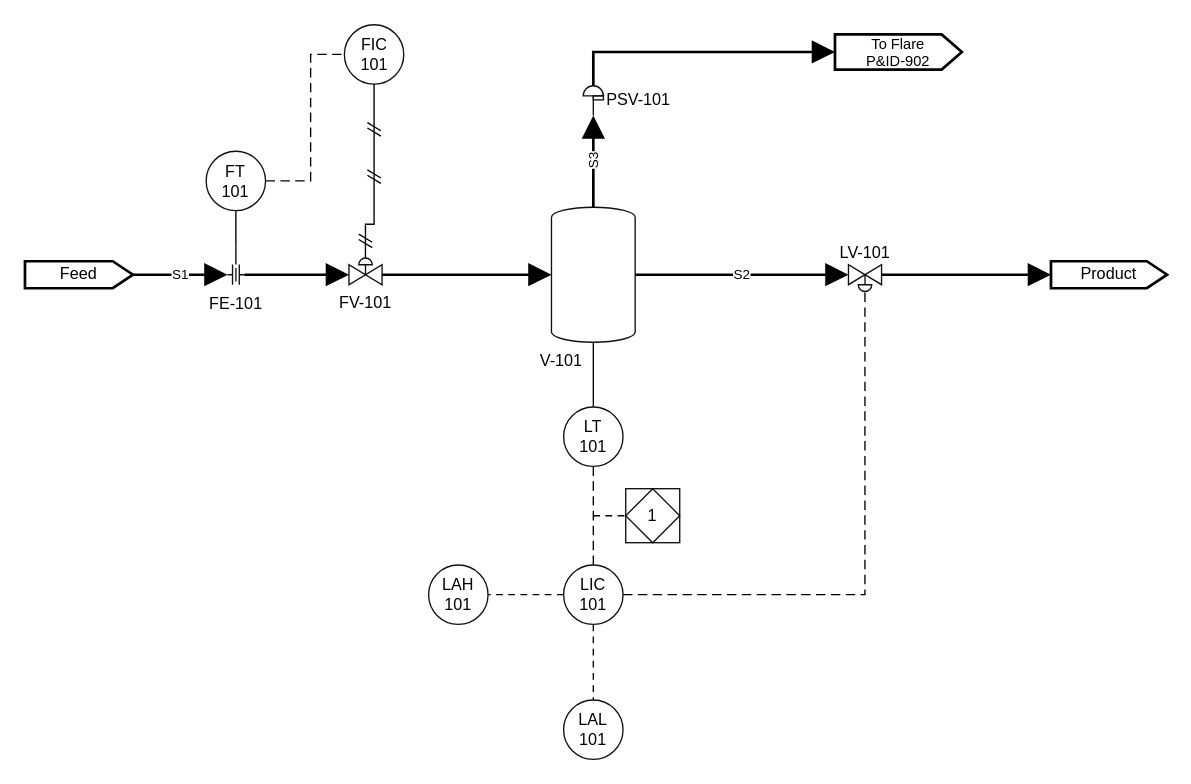
Alpha9463/pandid keeps this draw.io diagram as drawio-samples/04_control_loop.drawio. Above is the earlier version. Source tidied: cells renumbered, new cells numbered last; positions are measured from the earlier drawing's top-left corner, leaving out a move shared by most shapes. Both pictures are drawn from the tidied source at 135%, with x=0, y=0 at pixel (24, 24).
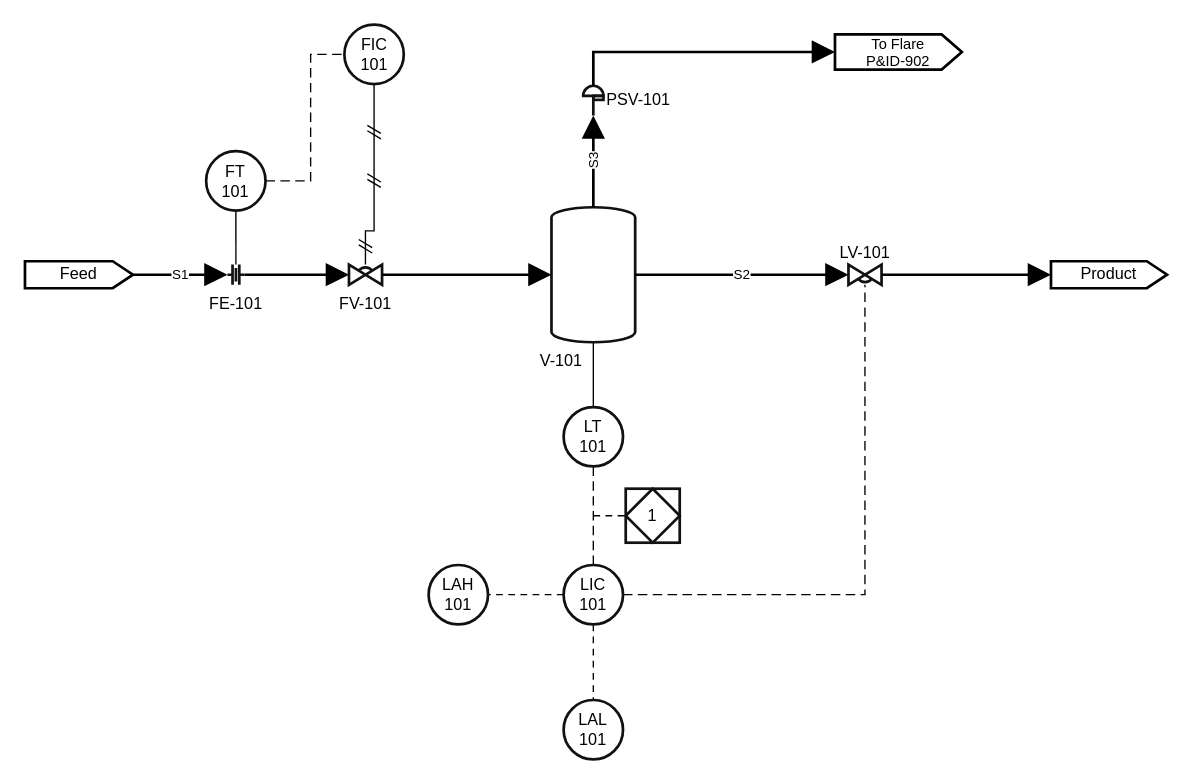
The same page after the edit.

Unchanged cells that the change refers to:
```xml
<mxCell id="7" value="Product" style="html=1;shape=offPageConnector;size=0.174419;direction=north;anchorPointDirection=0;legacyAnchorPoints=1;rounded=0;whiteSpace=wrap;strokeColor=#000000;fillColor=none;strokeWidth=2;verticalLabelPosition=middle;verticalAlign=middle;align=center;fontSize=12;" parent="1" vertex="1">
  <mxGeometry x="760" y="175" width="86" height="20" as="geometry" />
</mxCell>
```

The edit, as a diff of the source:
```diff
@@
-    <mxCell id="3" value="FV-101" style="html=1;shape=mxgraph.pid.valves.pneumatic_operated;outlineConnect=0;strokeColor=#111;fillColor=none;verticalLabelPosition=bottom;verticalAlign=top;align=center;fontSize=12;" parent="1" vertex="1">
-      <mxGeometry x="240" y="172.6" width="24.5" height="19.8" as="geometry" />
+    <mxCell id="3" value="FV-101" style="html=1;shape=mxgraph.pid.valves.diaphragm;outlineConnect=0;strokeColor=#111;fillColor=none;strokeWidth=2;verticalLabelPosition=bottom;verticalAlign=top;align=center;fontSize=12;" parent="1" vertex="1">
+      <mxGeometry x="240" y="177.5" width="24.5" height="15" as="geometry" />
     </mxCell>
-    <mxCell id="4" value="V-101" style="html=1;shape=mxgraph.pid.vessels.pressurized_vessel;outlineConnect=0;strokeColor=#111;fillColor=none;verticalLabelPosition=bottom;verticalAlign=top;align=center;fontSize=12;" parent="1" vertex="1">
+    <mxCell id="4" value="V-101" style="html=1;shape=mxgraph.pid.vessels.pressurized_vessel;outlineConnect=0;strokeColor=#111;fillColor=none;strokeWidth=2;verticalLabelPosition=bottom;verticalAlign=top;align=center;fontSize=12;" parent="1" vertex="1">
       <mxGeometry x="390" y="135" width="62" height="100" as="geometry">
         <mxPoint x="-24" as="offset" />
       </mxGeometry>
     </mxCell>
-    <mxCell id="5" value="FE-101" style="html=1;shape=mxgraph.pid.valves.orifice;outlineConnect=0;strokeColor=#111;fillColor=none;verticalLabelPosition=bottom;verticalAlign=top;align=center;fontSize=12;" parent="1" vertex="1">
+    <mxCell id="5" value="FE-101" style="html=1;shape=mxgraph.pid.valves.orifice;outlineConnect=0;strokeColor=#111;fillColor=none;strokeWidth=2;verticalLabelPosition=bottom;verticalAlign=top;align=center;fontSize=12;" parent="1" vertex="1">
       <mxGeometry x="150" y="177.5" width="12.5" height="15" as="geometry" />
     </mxCell>
-    <mxCell id="6" value="LV-101" style="html=1;shape=mxgraph.pid.valves.pneumatic_operated;outlineConnect=0;strokeColor=#111;fillColor=none;verticalLabelPosition=top;verticalAlign=bottom;align=center;fontSize=12;flipV=1;" parent="1" vertex="1">
-      <mxGeometry x="610" y="177.6" width="24.5" height="19.8" as="geometry" />
+    <mxCell id="6" value="LV-101" style="html=1;shape=mxgraph.pid.valves.diaphragm;outlineConnect=0;strokeColor=#111;fillColor=none;strokeWidth=2;verticalLabelPosition=top;verticalAlign=bottom;align=center;fontSize=12;flipV=1;" parent="1" vertex="1">
+      <mxGeometry x="610" y="177.5" width="24.5" height="15" as="geometry" />
     </mxCell>
@@
-    <mxCell id="8" value="PSV-101" style="html=1;shape=mxgraph.pid.valves.relief_prv;outlineConnect=0;strokeColor=#111;fillColor=none;labelPosition=right;align=left;verticalLabelPosition=middle;verticalAlign=middle;fontSize=12;" parent="1" vertex="1">
+    <mxCell id="8" value="PSV-101" style="html=1;shape=mxgraph.pid.valves.relief_prv;outlineConnect=0;strokeColor=#111;fillColor=none;strokeWidth=2;labelPosition=right;align=left;verticalLabelPosition=middle;verticalAlign=middle;fontSize=12;" parent="1" vertex="1">
       <mxGeometry x="413.5" y="45" width="15" height="22.1" as="geometry" />
     </mxCell>
@@
-    <mxCell id="11" style="html=1;edgeStyle=none;rounded=0;jettySize=auto;exitX=1;exitY=0.5;exitDx=0;exitDy=0;exitPerimeter=0;entryX=0;entryY=0.626263;entryDx=0;entryDy=0;entryPerimeter=0;strokeColor=#000000;strokeWidth=2;endArrow=block;endFill=1;endSize=12;startArrow=none;" parent="1" edge="1" source="5" target="3">
+    <mxCell id="11" style="html=1;edgeStyle=none;rounded=0;jettySize=auto;exitX=1;exitY=0.5;exitDx=0;exitDy=0;exitPerimeter=0;entryX=0;entryY=0.5;entryDx=0;entryDy=0;entryPerimeter=0;strokeColor=#000000;strokeWidth=2;endArrow=block;endFill=1;endSize=12;startArrow=none;" parent="1" edge="1" source="5" target="3">
       <mxGeometry relative="1" as="geometry" />
     </mxCell>
-    <mxCell id="12" style="html=1;edgeStyle=none;rounded=0;jettySize=auto;exitX=1;exitY=0.626263;exitDx=0;exitDy=0;exitPerimeter=0;entryX=0;entryY=0.5;entryDx=0;entryDy=0;entryPerimeter=0;strokeColor=#000000;strokeWidth=2;endArrow=block;endFill=1;endSize=12;startArrow=none;" parent="1" edge="1" source="3" target="4">
+    <mxCell id="12" style="html=1;edgeStyle=none;rounded=0;jettySize=auto;exitX=1;exitY=0.5;exitDx=0;exitDy=0;exitPerimeter=0;entryX=0;entryY=0.5;entryDx=0;entryDy=0;entryPerimeter=0;strokeColor=#000000;strokeWidth=2;endArrow=block;endFill=1;endSize=12;startArrow=none;" parent="1" edge="1" source="3" target="4">
       <mxGeometry relative="1" as="geometry" />
     </mxCell>
-    <mxCell id="13" value="S2" style="html=1;edgeStyle=none;rounded=0;jettySize=auto;exitX=1;exitY=0.5;exitDx=0;exitDy=0;exitPerimeter=0;entryX=0;entryY=0.626263;entryDx=0;entryDy=0;entryPerimeter=0;strokeColor=#000000;strokeWidth=2;endArrow=block;endFill=1;endSize=12;startArrow=none;labelBackgroundColor=#ffffff;verticalAlign=middle;align=center;fontSize=10;" parent="1" edge="1" source="4" target="6">
+    <mxCell id="13" value="S2" style="html=1;edgeStyle=none;rounded=0;jettySize=auto;exitX=1;exitY=0.5;exitDx=0;exitDy=0;exitPerimeter=0;entryX=0;entryY=0.5;entryDx=0;entryDy=0;entryPerimeter=0;strokeColor=#000000;strokeWidth=2;endArrow=block;endFill=1;endSize=12;startArrow=none;labelBackgroundColor=#ffffff;verticalAlign=middle;align=center;fontSize=10;" parent="1" edge="1" source="4" target="6">
       <mxGeometry relative="1" as="geometry" />
     </mxCell>
-    <mxCell id="14" style="html=1;edgeStyle=none;rounded=0;jettySize=auto;exitX=1;exitY=0.626263;exitDx=0;exitDy=0;exitPerimeter=0;entryX=0;entryY=0.5;entryDx=0;entryDy=0;entryPerimeter=0;strokeColor=#000000;strokeWidth=2;endArrow=block;endFill=1;endSize=12;startArrow=none;" parent="1" edge="1" source="6" target="7">
+    <mxCell id="14" style="html=1;edgeStyle=none;rounded=0;jettySize=auto;exitX=1;exitY=0.5;exitDx=0;exitDy=0;exitPerimeter=0;entryX=0;entryY=0.5;entryDx=0;entryDy=0;entryPerimeter=0;strokeColor=#000000;strokeWidth=2;endArrow=block;endFill=1;endSize=12;startArrow=none;" parent="1" edge="1" source="6" target="7">
       <mxGeometry relative="1" as="geometry" />
     </mxCell>
@@
     <mxCell id="18" style="html=1;edgeStyle=none;rounded=0;jettySize=auto;exitX=0.5;exitY=1;exitDx=0;exitDy=0;exitPerimeter=0;entryX=0.497959;entryY=0;entryDx=0;entryDy=0;entryPerimeter=0;strokeColor=#000000;strokeWidth=1;endArrow=none;startArrow=none;" parent="1" edge="1" source="33" target="3">
       <mxGeometry relative="1" as="geometry">
         <Array as="points">
-          <mxPoint x="258.6" y="147.6" />
-          <mxPoint x="252.2" y="147.6" />
+          <mxPoint x="258.6" y="152.5" />
+          <mxPoint x="252.2" y="152.5" />
         </Array>
       </mxGeometry>
     </mxCell>
     <mxCell id="19" style="shape=line;rotation=30.96;strokeColor=#000000;strokeWidth=1;fillColor=none;html=1;" parent="18" vertex="1">
-      <mxGeometry x="-0.49" width="11.66" height="11.66" relative="1" as="geometry">
+      <mxGeometry x="-0.48" width="11.66" height="11.66" relative="1" as="geometry">
         <mxPoint x="-5.8" y="-8.3" as="offset" />
       </mxGeometry>
     </mxCell>
     <mxCell id="20" style="shape=line;rotation=30.96;strokeColor=#000000;strokeWidth=1;fillColor=none;html=1;" parent="18" vertex="1">
-      <mxGeometry x="-0.49" width="11.66" height="11.66" relative="1" as="geometry">
+      <mxGeometry x="-0.48" width="11.66" height="11.66" relative="1" as="geometry">
         <mxPoint x="-5.8" y="-4.3" as="offset" />
       </mxGeometry>
     </mxCell>
     <mxCell id="21" style="shape=line;rotation=30.96;strokeColor=#000000;strokeWidth=1;fillColor=none;html=1;" parent="18" vertex="1">
-      <mxGeometry x="0.02" width="11.66" height="11.66" relative="1" as="geometry">
+      <mxGeometry x="0.03" width="11.66" height="11.66" relative="1" as="geometry">
         <mxPoint x="-5.8" y="-8.3" as="offset" />
       </mxGeometry>
     </mxCell>
     <mxCell id="22" style="shape=line;rotation=30.96;strokeColor=#000000;strokeWidth=1;fillColor=none;html=1;" parent="18" vertex="1">
-      <mxGeometry x="0.02" width="11.66" height="11.66" relative="1" as="geometry">
+      <mxGeometry x="0.03" width="11.66" height="11.66" relative="1" as="geometry">
         <mxPoint x="-5.8" y="-4.3" as="offset" />
       </mxGeometry>
     </mxCell>
@@
-    <mxCell id="32" value="FT&lt;br&gt;101" style="html=1;shape=ellipse;rounded=0;whiteSpace=wrap;strokeColor=#111;fillColor=#ffffff;strokeWidth=1;verticalLabelPosition=middle;verticalAlign=middle;align=center;fontSize=12;" parent="1" vertex="1">
+    <mxCell id="32" value="FT&lt;br&gt;101" style="html=1;shape=ellipse;rounded=0;whiteSpace=wrap;strokeColor=#111;fillColor=#ffffff;strokeWidth=2;verticalLabelPosition=middle;verticalAlign=middle;align=center;fontSize=12;" parent="1" vertex="1">
       <mxGeometry x="134.2" y="93.5" width="44" height="44" as="geometry" />
     </mxCell>
-    <mxCell id="33" value="FIC&lt;br&gt;101" style="html=1;shape=ellipse;rounded=0;whiteSpace=wrap;strokeColor=#111;fillColor=#ffffff;strokeWidth=1;verticalLabelPosition=middle;verticalAlign=middle;align=center;fontSize=12;" parent="1" vertex="1">
+    <mxCell id="33" value="FIC&lt;br&gt;101" style="html=1;shape=ellipse;rounded=0;whiteSpace=wrap;strokeColor=#111;fillColor=#ffffff;strokeWidth=2;verticalLabelPosition=middle;verticalAlign=middle;align=center;fontSize=12;" parent="1" vertex="1">
       <mxGeometry x="236.6" y="-0.2" width="44" height="44" as="geometry" />
     </mxCell>
-    <mxCell id="34" value="LT&lt;br&gt;101" style="html=1;shape=ellipse;rounded=0;whiteSpace=wrap;strokeColor=#111;fillColor=#ffffff;strokeWidth=1;verticalLabelPosition=middle;verticalAlign=middle;align=center;fontSize=12;" parent="1" vertex="1">
+    <mxCell id="34" value="LT&lt;br&gt;101" style="html=1;shape=ellipse;rounded=0;whiteSpace=wrap;strokeColor=#111;fillColor=#ffffff;strokeWidth=2;verticalLabelPosition=middle;verticalAlign=middle;align=center;fontSize=12;" parent="1" vertex="1">
       <mxGeometry x="399" y="283" width="44" height="44" as="geometry" />
     </mxCell>
-    <mxCell id="35" value="LIC&lt;br&gt;101" style="html=1;shape=ellipse;rounded=0;whiteSpace=wrap;strokeColor=#111;fillColor=#ffffff;strokeWidth=1;verticalLabelPosition=middle;verticalAlign=middle;align=center;fontSize=12;" parent="1" vertex="1">
+    <mxCell id="35" value="LIC&lt;br&gt;101" style="html=1;shape=ellipse;rounded=0;whiteSpace=wrap;strokeColor=#111;fillColor=#ffffff;strokeWidth=2;verticalLabelPosition=middle;verticalAlign=middle;align=center;fontSize=12;" parent="1" vertex="1">
       <mxGeometry x="399" y="400" width="44" height="44" as="geometry" />
     </mxCell>
-    <mxCell id="36" value="LAH&lt;br&gt;101" style="html=1;shape=ellipse;rounded=0;whiteSpace=wrap;strokeColor=#111;fillColor=#ffffff;strokeWidth=1;verticalLabelPosition=middle;verticalAlign=middle;align=center;fontSize=12;" parent="1" vertex="1">
+    <mxCell id="36" value="LAH&lt;br&gt;101" style="html=1;shape=ellipse;rounded=0;whiteSpace=wrap;strokeColor=#111;fillColor=#ffffff;strokeWidth=2;verticalLabelPosition=middle;verticalAlign=middle;align=center;fontSize=12;" parent="1" vertex="1">
       <mxGeometry x="299" y="400" width="44" height="44" as="geometry" />
     </mxCell>
-    <mxCell id="37" value="LAL&lt;br&gt;101" style="html=1;shape=ellipse;rounded=0;whiteSpace=wrap;strokeColor=#111;fillColor=#ffffff;strokeWidth=1;verticalLabelPosition=middle;verticalAlign=middle;align=center;fontSize=12;" parent="1" vertex="1">
+    <mxCell id="37" value="LAL&lt;br&gt;101" style="html=1;shape=ellipse;rounded=0;whiteSpace=wrap;strokeColor=#111;fillColor=#ffffff;strokeWidth=2;verticalLabelPosition=middle;verticalAlign=middle;align=center;fontSize=12;" parent="1" vertex="1">
       <mxGeometry x="399" y="500" width="44" height="44" as="geometry" />
     </mxCell>
-    <mxCell id="38" value="1" style="html=1;rounded=0;whiteSpace=wrap;strokeColor=#111;fillColor=#ffffff;strokeWidth=1;verticalLabelPosition=middle;verticalAlign=middle;align=center;fontSize=12;" parent="1" vertex="1">
+    <mxCell id="38" value="1" style="html=1;rounded=0;whiteSpace=wrap;strokeColor=#111;fillColor=#ffffff;strokeWidth=2;verticalLabelPosition=middle;verticalAlign=middle;align=center;fontSize=12;" parent="1" vertex="1">
       <mxGeometry x="445" y="343.5" width="40" height="40" as="geometry" />
     </mxCell>
-    <mxCell id="39" style="shape=rhombus;rounded=0;html=1;strokeColor=#111;fillColor=none;strokeWidth=1;" parent="38" vertex="1">
+    <mxCell id="39" style="shape=rhombus;rounded=0;html=1;strokeColor=#111;fillColor=none;strokeWidth=2;" parent="38" vertex="1">
       <mxGeometry width="40" height="40" as="geometry" />
     </mxCell>
```
